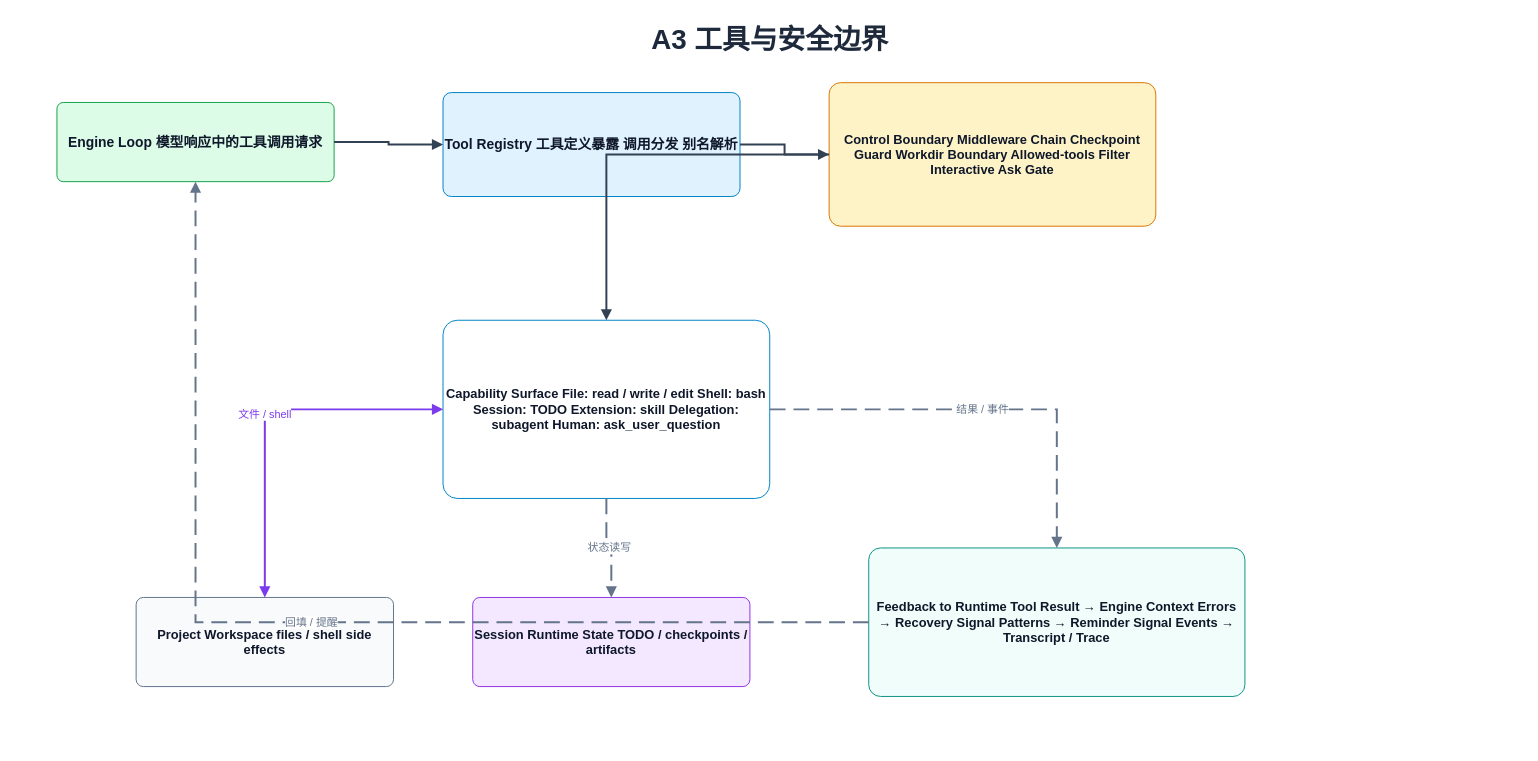
Before: page "A3 工具与安全边界" (3 of 5) of docs/architecture/drawio/current-architecture.zh-CN.drawio in Zts0hg/foxharness, a draw.io diagram. Source tidied: cells renumbered, new cells numbered last; positions are measured from the earlier drawing's top-left corner, leaving out a move shared by most shapes. Both pictures are drawn from the tidied source at 99%, with x=0, y=0 at pixel (17, 17).
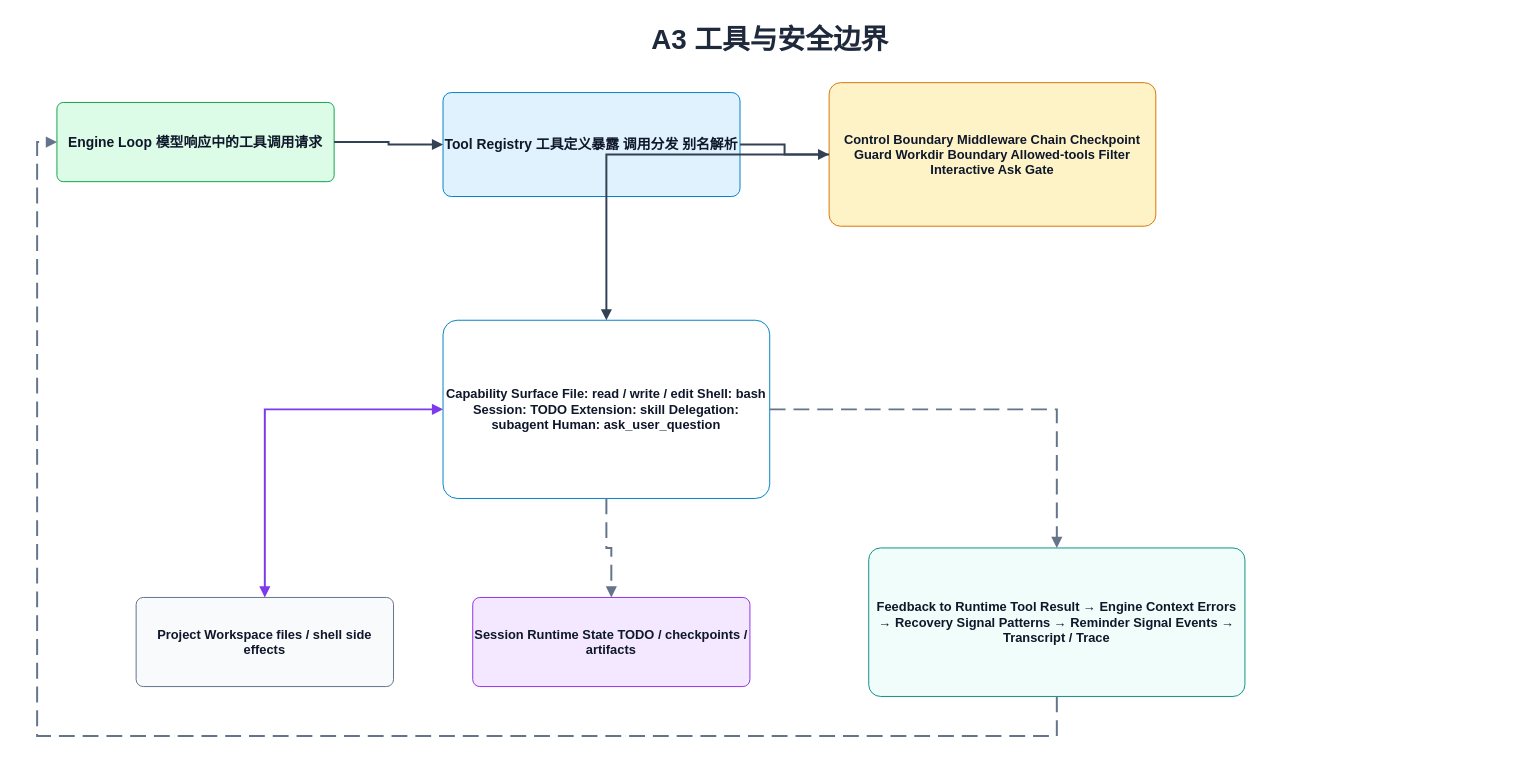
The same page after the edit.

Diff of the diagram source:
```diff
@@
 <mxGraphModel>
   <root>
     <mxCell id="0" />
     <mxCell id="1" parent="0" />
     <mxCell id="2" value="A3 工具与安全边界" style="text;html=1;strokeColor=none;fillColor=none;align=center;verticalAlign=middle;fontSize=28;fontColor=#1E293B;fontStyle=1;" parent="1" vertex="1">
       <mxGeometry width="1520" height="44" as="geometry" />
     </mxCell>
     <mxCell id="3" value="Engine Loop 模型响应中的工具调用请求" style="rounded=1;whiteSpace=wrap;html=1;arcSize=8;fontColor=#0F172A;fillColor=#DCFCE7;strokeColor=#16A34A;fontSize=14;fontStyle=1;" parent="1" vertex="1">
       <mxGeometry x="40" y="86" width="280" height="80" as="geometry" />
     </mxCell>
     <mxCell id="4" value="Tool Registry 工具定义暴露 调用分发 别名解析" style="rounded=1;whiteSpace=wrap;html=1;arcSize=8;fontColor=#0F172A;fillColor=#E0F2FE;strokeColor=#0284C7;fontSize=14;fontStyle=1;" parent="1" vertex="1">
       <mxGeometry x="430" y="76" width="300" height="105" as="geometry" />
     </mxCell>
     <mxCell id="5" value="Control Boundary Middleware Chain Checkpoint Guard Workdir Boundary Allowed-tools Filter Interactive Ask Gate" style="rounded=1;whiteSpace=wrap;html=1;arcSize=8;fontColor=#0F172A;fillColor=#FEF3C7;strokeColor=#D97706;fontSize=13;fontStyle=1;" parent="1" vertex="1">
       <mxGeometry x="820" y="66" width="330" height="145" as="geometry" />
     </mxCell>
     <mxCell id="6" value="Capability Surface File: read / write / edit Shell: bash Session: TODO Extension: skill Delegation: subagent Human: ask_user_question" style="rounded=1;whiteSpace=wrap;html=1;arcSize=8;fontColor=#0F172A;fillColor=#FFFFFF;strokeColor=#0284C7;fontSize=13;fontStyle=1;" parent="1" vertex="1">
       <mxGeometry x="430" y="306" width="330" height="180" as="geometry" />
     </mxCell>
     <mxCell id="7" value="Project Workspace files / shell side effects" style="rounded=1;whiteSpace=wrap;html=1;arcSize=8;fontColor=#0F172A;fillColor=#F8FAFC;strokeColor=#64748B;fontSize=13;fontStyle=1;" parent="1" vertex="1">
       <mxGeometry x="120" y="586" width="260" height="90" as="geometry" />
     </mxCell>
     <mxCell id="8" value="Session Runtime State TODO / checkpoints / artifacts" style="rounded=1;whiteSpace=wrap;html=1;arcSize=8;fontColor=#0F172A;fillColor=#F3E8FF;strokeColor=#9333EA;fontSize=13;fontStyle=1;" parent="1" vertex="1">
       <mxGeometry x="460" y="586" width="280" height="90" as="geometry" />
     </mxCell>
     <mxCell id="9" value="Feedback to Runtime Tool Result → Engine Context Errors → Recovery Signal Patterns → Reminder Signal Events → Transcript / Trace" style="rounded=1;whiteSpace=wrap;html=1;arcSize=8;fontColor=#0F172A;fillColor=#F0FDFA;strokeColor=#0D9488;fontSize=13;fontStyle=1;" parent="1" vertex="1">
       <mxGeometry x="860" y="536" width="380" height="150" as="geometry" />
     </mxCell>
     <mxCell id="10" style="edgeStyle=orthogonalEdgeStyle;rounded=0;html=1;strokeWidth=2;strokeColor=#334155;endArrow=block;endFill=1;" parent="1" edge="1" source="3" target="4">
       <mxGeometry relative="1" as="geometry" />
     </mxCell>
     <mxCell id="11" style="edgeStyle=orthogonalEdgeStyle;rounded=0;html=1;strokeWidth=2;strokeColor=#334155;endArrow=block;endFill=1;" parent="1" edge="1" source="4" target="5">
       <mxGeometry relative="1" as="geometry" />
     </mxCell>
     <mxCell id="12" style="edgeStyle=orthogonalEdgeStyle;rounded=0;html=1;strokeWidth=2;strokeColor=#334155;endArrow=block;endFill=1;" parent="1" edge="1" source="5" target="6">
       <mxGeometry relative="1" as="geometry" />
     </mxCell>
-    <mxCell id="13" value="文件 / shell" style="edgeStyle=orthogonalEdgeStyle;rounded=0;html=1;strokeWidth=2;strokeColor=#7C3AED;startArrow=block;startFill=1;endArrow=block;endFill=1;fontColor=#7C3AED;" parent="1" edge="1" source="6" target="7">
+    <mxCell id="13" style="edgeStyle=orthogonalEdgeStyle;rounded=0;html=1;strokeWidth=2;strokeColor=#7C3AED;startArrow=block;startFill=1;endArrow=block;endFill=1;fontColor=#7C3AED;" parent="1" edge="1" source="6" target="7">
       <mxGeometry relative="1" as="geometry" />
     </mxCell>
-    <mxCell id="14" value="状态读写" style="edgeStyle=orthogonalEdgeStyle;rounded=0;html=1;strokeWidth=2;strokeColor=#64748B;dashed=1;dashPattern=8 4;endArrow=block;endFill=1;fontColor=#64748B;" parent="1" edge="1" source="6" target="8">
+    <mxCell id="14" style="edgeStyle=orthogonalEdgeStyle;rounded=0;html=1;strokeWidth=2;strokeColor=#64748B;dashed=1;dashPattern=8 4;endArrow=block;endFill=1;fontColor=#64748B;exitX=0.5;exitY=1;exitDx=0;exitDy=0;entryX=0.5;entryY=0;entryDx=0;entryDy=0;" parent="1" edge="1" source="6" target="8">
       <mxGeometry relative="1" as="geometry" />
     </mxCell>
-    <mxCell id="15" value="结果 / 事件" style="edgeStyle=orthogonalEdgeStyle;rounded=0;html=1;strokeWidth=2;strokeColor=#64748B;dashed=1;dashPattern=8 4;endArrow=block;endFill=1;fontColor=#64748B;" parent="1" edge="1" source="6" target="9">
+    <mxCell id="15" style="edgeStyle=orthogonalEdgeStyle;rounded=0;html=1;strokeWidth=2;strokeColor=#64748B;dashed=1;dashPattern=8 4;endArrow=block;endFill=1;fontColor=#64748B;" parent="1" edge="1" source="6" target="9">
       <mxGeometry relative="1" as="geometry" />
     </mxCell>
-    <mxCell id="16" value="回填 / 提醒" style="edgeStyle=orthogonalEdgeStyle;rounded=0;html=1;strokeWidth=2;strokeColor=#64748B;dashed=1;dashPattern=8 4;endArrow=block;endFill=1;fontColor=#64748B;" parent="1" edge="1" source="9" target="3">
-      <mxGeometry relative="1" as="geometry" />
+    <mxCell id="16" style="edgeStyle=orthogonalEdgeStyle;rounded=0;html=1;strokeWidth=2;strokeColor=#64748B;dashed=1;dashPattern=8 4;endArrow=block;endFill=1;fontColor=#64748B;exitX=0.5;exitY=1;exitDx=0;exitDy=0;entryX=0;entryY=0.5;entryDx=0;entryDy=0;" parent="1" edge="1" source="9" target="3">
+      <mxGeometry relative="1" as="geometry">
+        <Array as="points">
+          <mxPoint x="1050" y="726" />
+          <mxPoint x="20" y="726" />
+          <mxPoint x="20" y="126" />
+        </Array>
+      </mxGeometry>
     </mxCell>
   </root>
 </mxGraphModel>
```
